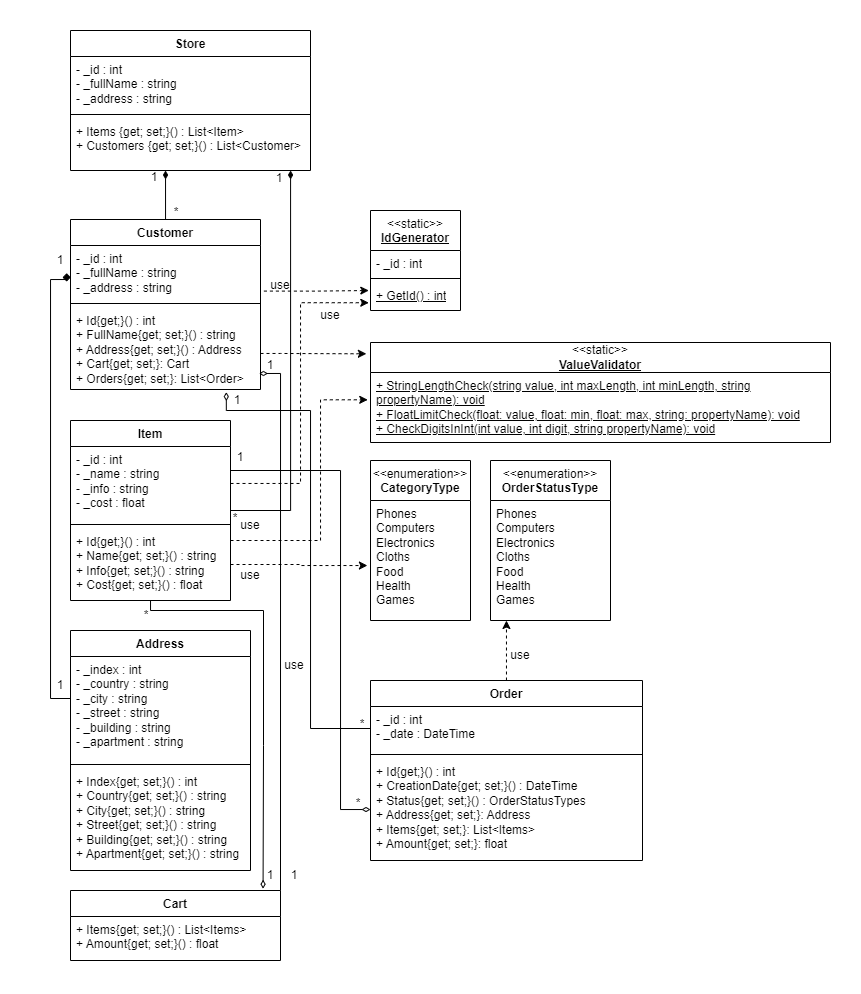
The draw.io diagram oop-winform/Diagram.drawio.png in antoniocra04/oop-winform, before a commit. Source tidied: cells renumbered, new cells last; positions are measured from the earlier drawing's top-left corner, leaving out a move shared by most shapes.
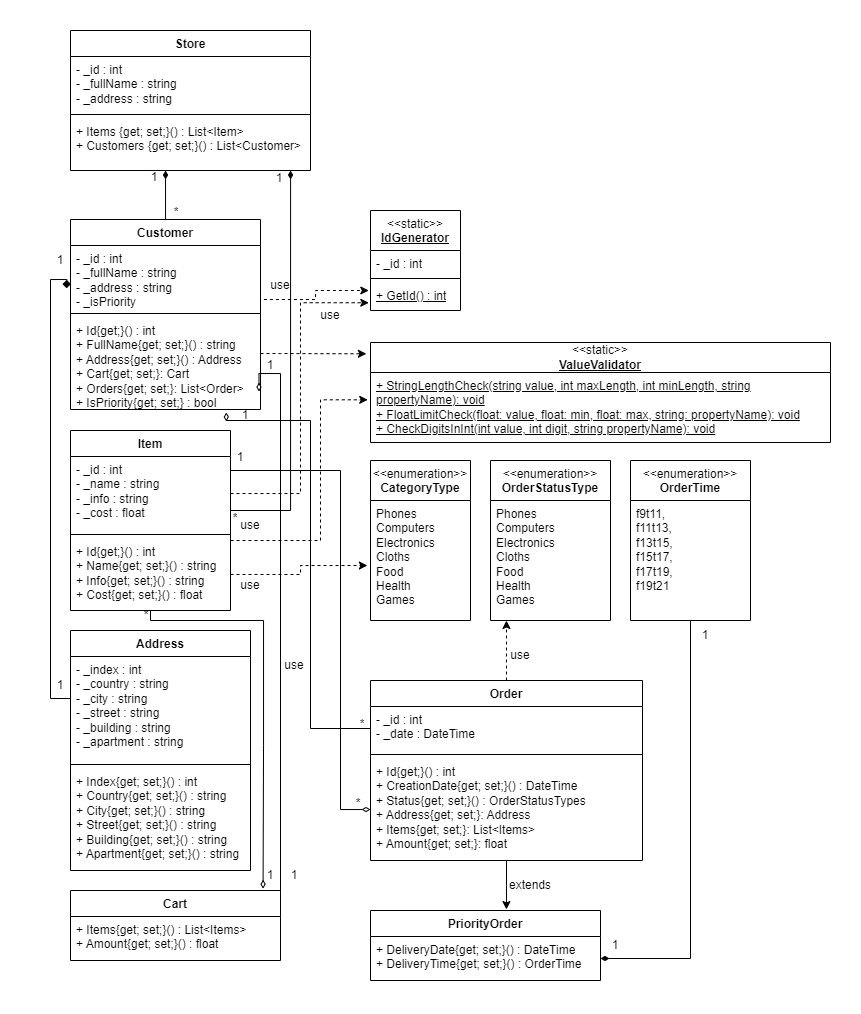
The same file after the commit.

The edit, as a diff of the source:
```diff
@@ -3,19 +3,19 @@
     <mxCell id="0" />
     <mxCell id="1" parent="0" />
     <mxCell id="2" value="Customer" style="swimlane;fontStyle=1;align=center;verticalAlign=top;horizontal=1;startSize=26;whiteSpace=wrap;html=1;" parent="1" vertex="1">
-      <mxGeometry x="40" y="189" width="190" height="170" as="geometry" />
+      <mxGeometry x="40" y="189" width="190" height="190" as="geometry" />
     </mxCell>
-    <mxCell id="3" value="- _id : int&lt;br&gt;- _fullName : string&lt;br&gt;- _address : string" style="text;strokeColor=none;fillColor=none;align=left;verticalAlign=top;spacingLeft=4;spacingRight=4;overflow=hidden;points=[[0,0.5],[1,0.5]];portConstraint=eastwest;whiteSpace=wrap;html=1;" parent="2" vertex="1">
-      <mxGeometry y="26" width="190" height="54" as="geometry" />
+    <mxCell id="3" value="- _id : int&lt;br&gt;- _fullName : string&lt;br&gt;- _address : string&lt;div&gt;- _isPriority&lt;br&gt;&lt;/div&gt;" style="text;strokeColor=none;fillColor=none;align=left;verticalAlign=top;spacingLeft=4;spacingRight=4;overflow=hidden;points=[[0,0.5],[1,0.5]];portConstraint=eastwest;whiteSpace=wrap;html=1;" parent="2" vertex="1">
+      <mxGeometry y="26" width="190" height="64" as="geometry" />
     </mxCell>
     <mxCell id="4" style="line;strokeWidth=1;fillColor=none;align=left;verticalAlign=middle;spacingTop=-1;spacingLeft=3;spacingRight=3;labelPosition=right;strokeColor=inherit;" parent="2" vertex="1">
-      <mxGeometry y="80" width="190" height="8" as="geometry" />
+      <mxGeometry y="90" width="190" height="8" as="geometry" />
     </mxCell>
-    <mxCell id="5" value="+ Id{get;}() : int&lt;br&gt;+ FullName{get; set;}() : string&lt;br&gt;+ Address{get; set;}() : Address&lt;div&gt;+ Cart{get; set;}: Cart&lt;/div&gt;&lt;div&gt;+ Orders{get; set;}: List&amp;lt;Order&amp;gt;&lt;/div&gt;" style="text;strokeColor=none;fillColor=none;align=left;verticalAlign=top;spacingLeft=4;spacingRight=4;overflow=hidden;points=[[0,0.5],[1,0.5]];portConstraint=eastwest;whiteSpace=wrap;html=1;" parent="2" vertex="1">
-      <mxGeometry y="88" width="190" height="82" as="geometry" />
+    <mxCell id="5" value="+ Id{get;}() : int&lt;br&gt;+ FullName{get; set;}() : string&lt;br&gt;+ Address{get; set;}() : Address&lt;div&gt;+ Cart{get; set;}: Cart&lt;/div&gt;&lt;div&gt;+ Orders{get; set;}: List&amp;lt;Order&amp;gt;&lt;/div&gt;&lt;div&gt;+ IsPriority{get; set;} : bool&lt;br&gt;&lt;/div&gt;" style="text;strokeColor=none;fillColor=none;align=left;verticalAlign=top;spacingLeft=4;spacingRight=4;overflow=hidden;points=[[0,0.5],[1,0.5]];portConstraint=eastwest;whiteSpace=wrap;html=1;" parent="2" vertex="1">
+      <mxGeometry y="98" width="190" height="92" as="geometry" />
     </mxCell>
     <mxCell id="6" value="Item" style="swimlane;fontStyle=1;align=center;verticalAlign=top;horizontal=1;startSize=26;whiteSpace=wrap;html=1;" parent="1" vertex="1">
-      <mxGeometry x="40" y="390" width="160" height="180" as="geometry" />
+      <mxGeometry x="40" y="400" width="160" height="180" as="geometry" />
     </mxCell>
     <mxCell id="7" value="- _id : int&lt;br&gt;- _name : string&lt;br&gt;- _info : string&lt;br&gt;- _cost : float" style="text;strokeColor=none;fillColor=none;align=left;verticalAlign=top;spacingLeft=4;spacingRight=4;overflow=hidden;points=[[0,0.5],[1,0.5]];portConstraint=eastwest;whiteSpace=wrap;html=1;" parent="6" vertex="1">
       <mxGeometry y="26" width="160" height="74" as="geometry" />
@@ -108,7 +108,7 @@
       <mxGeometry relative="1" as="geometry" />
     </mxCell>
     <mxCell id="32" value="use" style="text;html=1;align=center;verticalAlign=middle;whiteSpace=wrap;rounded=0;" parent="1" vertex="1">
-      <mxGeometry x="190" y="530" width="60" height="30" as="geometry" />
+      <mxGeometry x="190" y="540" width="60" height="30" as="geometry" />
     </mxCell>
     <mxCell id="33" value="1" style="text;html=1;align=center;verticalAlign=middle;whiteSpace=wrap;rounded=0;" parent="1" vertex="1">
       <mxGeometry x="15" y="215" width="30" height="30" as="geometry" />
@@ -210,8 +210,8 @@
     <mxCell id="61" style="edgeStyle=orthogonalEdgeStyle;rounded=0;jettySize=auto;html=1;entryX=0.917;entryY=-0.026;entryDx=0;entryDy=0;entryPerimeter=0;endArrow=diamondThin;endFill=0;" parent="1" edge="1" source="6" target="44">
       <mxGeometry relative="1" as="geometry">
         <Array as="points">
-          <mxPoint x="120" y="580" />
-          <mxPoint x="233" y="580" />
+          <mxPoint x="120" y="590" />
+          <mxPoint x="233" y="590" />
           <mxPoint x="233" y="715" />
           <mxPoint x="233" y="715" />
         </Array>
@@ -227,16 +227,43 @@
       <mxGeometry relative="1" as="geometry">
         <Array as="points">
           <mxPoint x="280" y="698" />
-          <mxPoint x="280" y="380" />
-          <mxPoint x="196" y="380" />
+          <mxPoint x="280" y="390" />
+          <mxPoint x="196" y="390" />
         </Array>
       </mxGeometry>
     </mxCell>
     <mxCell id="65" value="1" style="text;html=1;align=center;verticalAlign=middle;whiteSpace=wrap;rounded=0;" parent="1" vertex="1">
-      <mxGeometry x="192" y="355" width="30" height="30" as="geometry" />
+      <mxGeometry x="200" y="370" width="30" height="30" as="geometry" />
     </mxCell>
     <mxCell id="66" value="*" style="text;html=1;align=center;verticalAlign=middle;whiteSpace=wrap;rounded=0;" parent="1" vertex="1">
       <mxGeometry x="317" y="679" width="30" height="30" as="geometry" />
     </mxCell>
+    <mxCell id="67" value="PriorityOrder" style="swimlane;fontStyle=1;align=center;verticalAlign=top;horizontal=1;startSize=26;whiteSpace=wrap;html=1;" parent="1" vertex="1">
+      <mxGeometry x="340" y="880" width="230" height="70" as="geometry" />
+    </mxCell>
+    <mxCell id="68" value="+ DeliveryDate{get; set;}() : DateTime&lt;br&gt;+ DeliveryTime{get; set;}() : OrderTime" style="text;strokeColor=none;fillColor=none;align=left;verticalAlign=top;spacingLeft=4;spacingRight=4;overflow=hidden;points=[[0,0.5],[1,0.5]];portConstraint=eastwest;whiteSpace=wrap;html=1;" parent="67" vertex="1">
+      <mxGeometry y="26" width="230" height="44" as="geometry" />
+    </mxCell>
+    <mxCell id="69" style="edgeStyle=orthogonalEdgeStyle;rounded=0;jettySize=auto;html=1;entryX=0.591;entryY=-0.014;entryDx=0;entryDy=0;entryPerimeter=0;" parent="1" edge="1" source="47" target="67">
+      <mxGeometry relative="1" as="geometry" />
+    </mxCell>
+    <mxCell id="70" value="extends" style="text;html=1;align=center;verticalAlign=middle;whiteSpace=wrap;rounded=0;" parent="1" vertex="1">
+      <mxGeometry x="470" y="840" width="60" height="30" as="geometry" />
+    </mxCell>
+    <mxCell id="71" style="edgeStyle=orthogonalEdgeStyle;rounded=0;jettySize=auto;html=1;endArrow=diamondThin;endFill=1;" parent="1" edge="1" source="72" target="68">
+      <mxGeometry relative="1" as="geometry" />
+    </mxCell>
+    <mxCell id="72" value="&lt;span style=&quot;font-weight: normal;&quot;&gt;&amp;lt;&amp;lt;enumeration&amp;gt;&amp;gt;&lt;/span&gt;&lt;br&gt;OrderTime" style="swimlane;fontStyle=1;align=center;verticalAlign=top;horizontal=1;startSize=40;whiteSpace=wrap;html=1;" parent="1" vertex="1">
+      <mxGeometry x="600" y="430" width="120" height="160" as="geometry" />
+    </mxCell>
+    <mxCell id="73" value="&lt;div&gt;f9t11,&lt;/div&gt;&lt;div&gt;f11t13,&lt;/div&gt;&lt;div&gt;f13t15,&lt;/div&gt;&lt;div&gt;f15t17,&lt;/div&gt;&lt;div&gt;f17t19,&lt;/div&gt;&lt;div&gt;&lt;span style=&quot;background-color: initial;&quot;&gt;f19t21&lt;/span&gt;&lt;/div&gt;" style="text;strokeColor=none;fillColor=none;align=left;verticalAlign=top;spacingLeft=4;spacingRight=4;overflow=hidden;whiteSpace=wrap;html=1;" parent="72" vertex="1">
+      <mxGeometry y="40" width="120" height="120" as="geometry" />
+    </mxCell>
+    <mxCell id="74" value="1" style="text;html=1;align=center;verticalAlign=middle;whiteSpace=wrap;rounded=0;" parent="1" vertex="1">
+      <mxGeometry x="660" y="590" width="30" height="30" as="geometry" />
+    </mxCell>
+    <mxCell id="75" value="1" style="text;html=1;align=center;verticalAlign=middle;whiteSpace=wrap;rounded=0;" parent="1" vertex="1">
+      <mxGeometry x="570" y="900" width="30" height="30" as="geometry" />
+    </mxCell>
   </root>
 </mxGraphModel>
```
